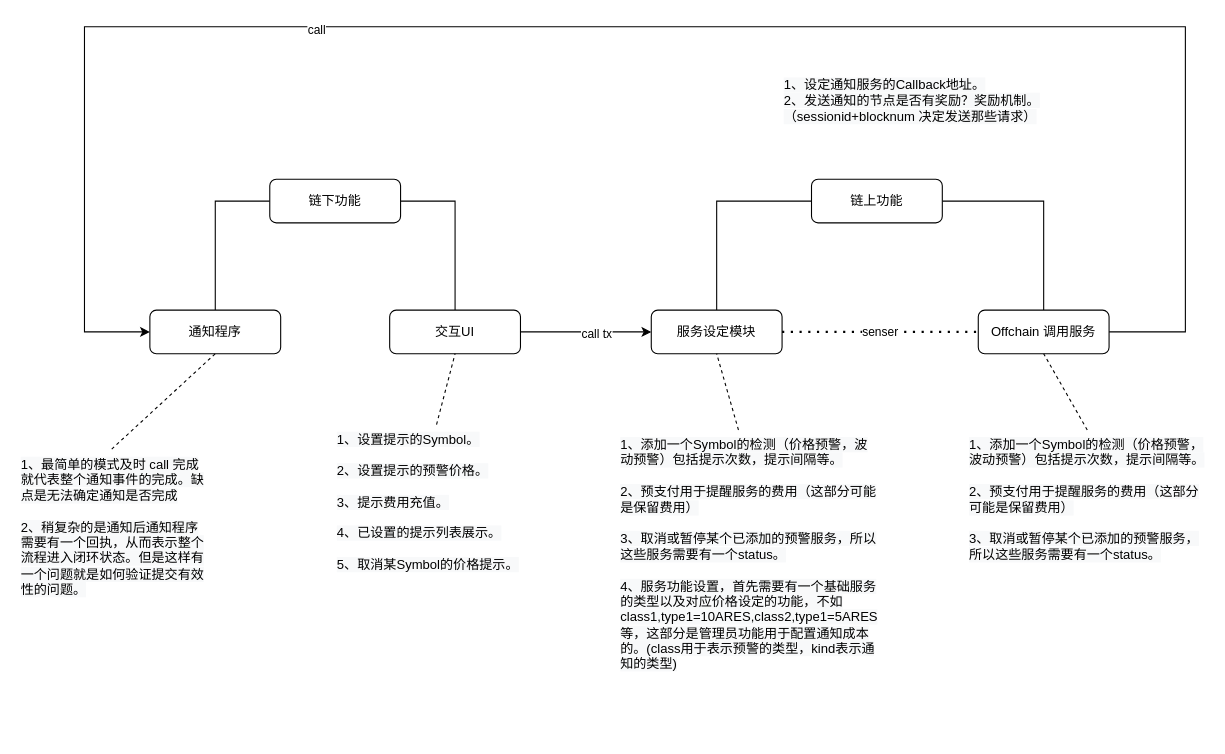
Earlier version of the draw.io diagram page "功能流程" (1 of 6) of 自动报价程序.drawio (kami1983/umls). Source tidied: cells renumbered, new cells numbered last; positions are measured from the earlier drawing's top-left corner, leaving out a move shared by most shapes. Both pictures are drawn from the tidied source at 109%, with x=0, y=0 at pixel (19, 26).
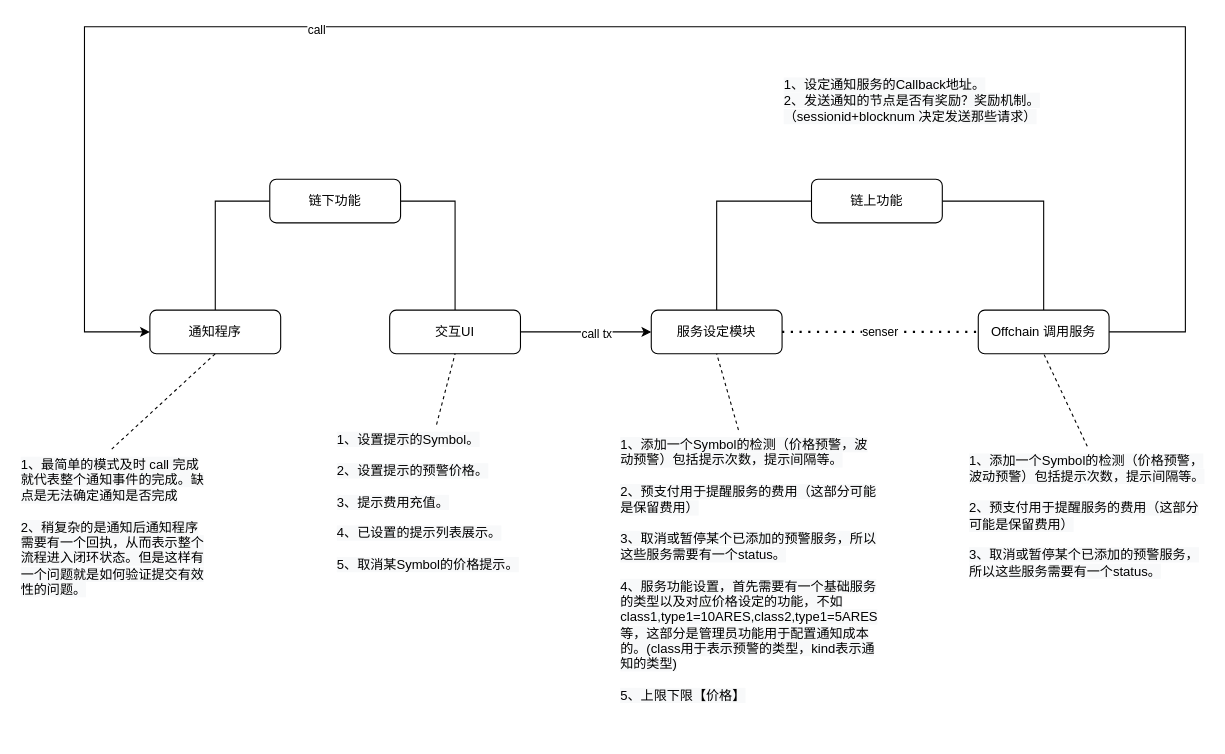
The same page after the edit.

Change to the diagram source:
```diff
@@
-    <mxCell id="21" value="&lt;span style=&quot;color: rgb(0, 0, 0); font-family: Helvetica; font-size: 12px; font-style: normal; font-variant-ligatures: normal; font-variant-caps: normal; font-weight: 400; letter-spacing: normal; orphans: 2; text-align: center; text-indent: 0px; text-transform: none; widows: 2; word-spacing: 0px; -webkit-text-stroke-width: 0px; background-color: rgb(248, 249, 250); text-decoration-thickness: initial; text-decoration-style: initial; text-decoration-color: initial; float: none; display: inline !important;&quot;&gt;1、添加一个Symbol的检测（价格预警，波动预警）包括提示次数，提示间隔等。&lt;br&gt;&lt;br&gt;2、预支付用于提醒服务的费用（这部分可能是保留费用）&lt;br&gt;&lt;br&gt;3、取消或暂停某个已添加的预警服务，所以这些服务需要有一个status。&lt;br&gt;&lt;br&gt;4、服务功能设置，首先需要有一个基础服务的类型以及对应价格设定的功能，不如class1,type1=10ARES,class2,type1=5ARES等，这部分是管理员功能用于配置通知成本的。(class用于表示预警的类型，kind表示通知的类型)&lt;br&gt;&lt;/span&gt;" style="text;whiteSpace=wrap;html=1;" parent="1" vertex="1">
+    <mxCell id="21" value="&lt;span style=&quot;color: rgb(0, 0, 0); font-family: Helvetica; font-size: 12px; font-style: normal; font-variant-ligatures: normal; font-variant-caps: normal; font-weight: 400; letter-spacing: normal; orphans: 2; text-align: center; text-indent: 0px; text-transform: none; widows: 2; word-spacing: 0px; -webkit-text-stroke-width: 0px; background-color: rgb(248, 249, 250); text-decoration-thickness: initial; text-decoration-style: initial; text-decoration-color: initial; float: none; display: inline !important;&quot;&gt;1、添加一个Symbol的检测（价格预警，波动预警）包括提示次数，提示间隔等。&lt;br&gt;&lt;br&gt;2、预支付用于提醒服务的费用（这部分可能是保留费用）&lt;br&gt;&lt;br&gt;3、取消或暂停某个已添加的预警服务，所以这些服务需要有一个status。&lt;br&gt;&lt;br&gt;4、服务功能设置，首先需要有一个基础服务的类型以及对应价格设定的功能，不如class1,type1=10ARES,class2,type1=5ARES等，这部分是管理员功能用于配置通知成本的。(class用于表示预警的类型，kind表示通知的类型)&lt;br&gt;&lt;br&gt;5、上限下限【价格】&lt;br&gt;&lt;/span&gt;" style="text;whiteSpace=wrap;html=1;" parent="1" vertex="1">
       <mxGeometry x="550" y="370" width="220" height="280" as="geometry" />
     </mxCell>
     <mxCell id="22" value="&lt;span style=&quot;color: rgb(0, 0, 0); font-family: Helvetica; font-size: 12px; font-style: normal; font-variant-ligatures: normal; font-variant-caps: normal; font-weight: 400; letter-spacing: normal; orphans: 2; text-align: center; text-indent: 0px; text-transform: none; widows: 2; word-spacing: 0px; -webkit-text-stroke-width: 0px; background-color: rgb(248, 249, 250); text-decoration-thickness: initial; text-decoration-style: initial; text-decoration-color: initial; float: none; display: inline !important;&quot;&gt;1、添加一个Symbol的检测（价格预警，波动预警）包括提示次数，提示间隔等。&lt;br&gt;&lt;br&gt;2、预支付用于提醒服务的费用（这部分可能是保留费用）&lt;br&gt;&lt;br&gt;3、取消或暂停某个已添加的预警服务，所以这些服务需要有一个status。&lt;br&gt;&lt;/span&gt;" style="text;whiteSpace=wrap;html=1;" parent="1" vertex="1">
-      <mxGeometry x="870" y="370" width="220" height="135" as="geometry" />
+      <mxGeometry x="870" y="385" width="220" height="135" as="geometry" />
     </mxCell>
```
